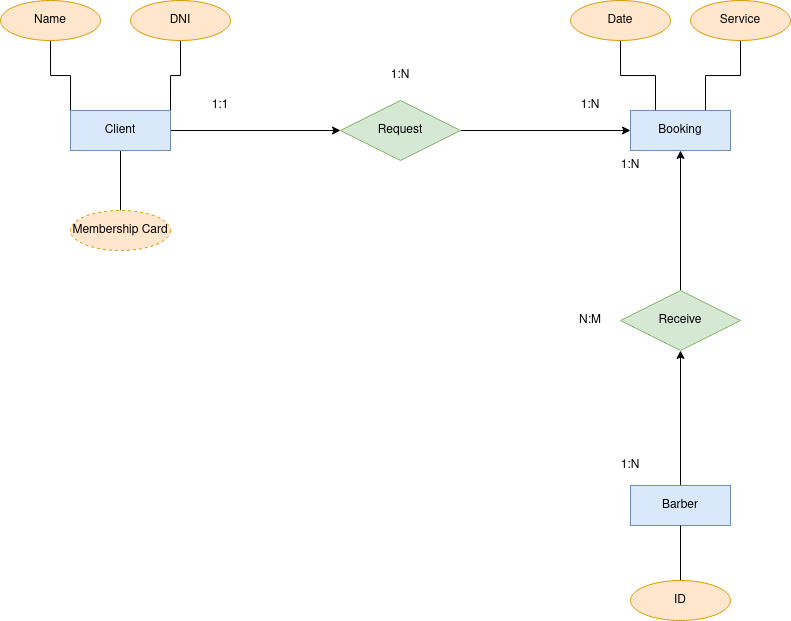
This is doc/Entidad relacion/EN-Model_entity_relation.drawio.png from colidom/proyecto-ets, a draw.io export, as it was before one commit. Source tidied: cells renumbered, new cells last; positions are measured from the earlier drawing's top-left corner, leaving out a move shared by most shapes.
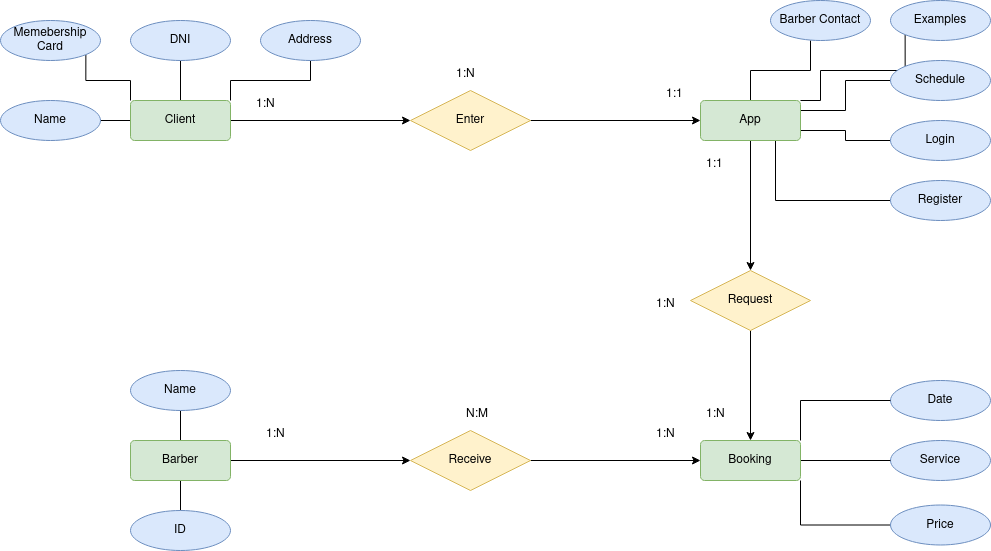
Above is the later version.

Diff of the diagram source:
```diff
@@ -2,86 +2,161 @@
   <root>
     <mxCell id="0" />
     <mxCell id="1" parent="0" />
-    <mxCell id="2" style="edgeStyle=orthogonalEdgeStyle;rounded=0;jettySize=auto;html=1;exitX=1;exitY=0.5;exitDx=0;exitDy=0;entryX=0;entryY=0.5;entryDx=0;entryDy=0;" parent="1" edge="1" source="6" target="8">
-      <mxGeometry relative="1" as="geometry" />
-    </mxCell>
-    <mxCell id="3" style="edgeStyle=orthogonalEdgeStyle;rounded=0;jettySize=auto;html=1;exitX=0;exitY=0;exitDx=0;exitDy=0;entryX=0.5;entryY=1;entryDx=0;entryDy=0;endArrow=none;endFill=0;" parent="1" edge="1" source="6" target="20">
-      <mxGeometry relative="1" as="geometry" />
-    </mxCell>
+    <mxCell id="29" style="edgeStyle=orthogonalEdgeStyle;rounded=0;jettySize=auto;html=1;exitX=0;exitY=0.5;exitDx=0;exitDy=0;entryX=1;entryY=0.5;entryDx=0;entryDy=0;endArrow=none;endFill=0;" parent="1" edge="1" source="6" target="46">
+      <mxGeometry relative="1" as="geometry" />
+    </mxCell>
-    <mxCell id="4" style="edgeStyle=orthogonalEdgeStyle;rounded=0;jettySize=auto;html=1;exitX=1;exitY=0;exitDx=0;exitDy=0;entryX=0.5;entryY=1;entryDx=0;entryDy=0;endArrow=none;endFill=0;" parent="1" edge="1" source="6" target="21">
+    <mxCell id="4" style="edgeStyle=orthogonalEdgeStyle;rounded=0;jettySize=auto;html=1;exitX=0.5;exitY=0;exitDx=0;exitDy=0;entryX=0.5;entryY=1;entryDx=0;entryDy=0;endArrow=none;endFill=0;" parent="1" edge="1" source="6" target="21">
       <mxGeometry relative="1" as="geometry" />
     </mxCell>
-    <mxCell id="5" style="edgeStyle=orthogonalEdgeStyle;rounded=0;jettySize=auto;html=1;exitX=0.5;exitY=1;exitDx=0;exitDy=0;entryX=0.5;entryY=0;entryDx=0;entryDy=0;endArrow=none;endFill=0;" parent="1" edge="1" source="6" target="22">
-      <mxGeometry relative="1" as="geometry" />
-    </mxCell>
+    <mxCell id="30" style="edgeStyle=orthogonalEdgeStyle;rounded=0;jettySize=auto;html=1;exitX=1;exitY=0;exitDx=0;exitDy=0;entryX=0.5;entryY=1;entryDx=0;entryDy=0;endArrow=none;endFill=0;" parent="1" edge="1" source="6" target="47">
+      <mxGeometry relative="1" as="geometry" />
+    </mxCell>
+    <mxCell id="31" style="edgeStyle=orthogonalEdgeStyle;rounded=0;jettySize=auto;html=1;exitX=0;exitY=0;exitDx=0;exitDy=0;entryX=1;entryY=1;entryDx=0;entryDy=0;endArrow=none;endFill=0;" parent="1" edge="1" source="6" target="48">
+      <mxGeometry relative="1" as="geometry" />
+    </mxCell>
+    <mxCell id="32" style="edgeStyle=orthogonalEdgeStyle;rounded=0;jettySize=auto;html=1;exitX=1;exitY=0.5;exitDx=0;exitDy=0;entryX=0;entryY=0.5;entryDx=0;entryDy=0;" parent="1" edge="1" source="6" target="34">
+      <mxGeometry relative="1" as="geometry" />
+    </mxCell>
-    <mxCell id="6" value="Client" style="whiteSpace=wrap;html=1;align=center;fillColor=#dae8fc;strokeColor=#6c8ebf;" parent="1" vertex="1">
-      <mxGeometry x="70" y="110" width="100" height="40" as="geometry" />
+    <mxCell id="6" value="Client" style="rounded=1;arcSize=10;whiteSpace=wrap;html=1;align=center;fillColor=#d5e8d4;strokeColor=#82b366;" parent="1" vertex="1">
+      <mxGeometry x="50" y="50" width="100" height="40" as="geometry" />
     </mxCell>
+    <mxCell id="33" style="edgeStyle=orthogonalEdgeStyle;rounded=0;jettySize=auto;html=1;exitX=1;exitY=0.5;exitDx=0;exitDy=0;entryX=0;entryY=0.5;entryDx=0;entryDy=0;" parent="1" edge="1" source="34" target="41">
+      <mxGeometry relative="1" as="geometry" />
+    </mxCell>
+    <mxCell id="34" value="Enter" style="shape=rhombus;perimeter=rhombusPerimeter;whiteSpace=wrap;html=1;align=center;fillColor=#fff2cc;strokeColor=#d6b656;" parent="1" vertex="1">
+      <mxGeometry x="330" y="40" width="120" height="60" as="geometry" />
+    </mxCell>
+    <mxCell id="19" value="Date" style="ellipse;whiteSpace=wrap;html=1;align=center;fillColor=#dae8fc;strokeColor=#6c8ebf;" parent="1" vertex="1">
+      <mxGeometry x="810" y="330" width="100" height="40" as="geometry" />
+    </mxCell>
+    <mxCell id="35" style="edgeStyle=orthogonalEdgeStyle;rounded=0;jettySize=auto;html=1;exitX=0.5;exitY=0;exitDx=0;exitDy=0;entryX=0.4;entryY=1;entryDx=0;entryDy=0;entryPerimeter=0;endArrow=none;endFill=0;" parent="1" edge="1" source="41" target="49">
+      <mxGeometry relative="1" as="geometry" />
+    </mxCell>
+    <mxCell id="36" style="edgeStyle=orthogonalEdgeStyle;rounded=0;jettySize=auto;html=1;exitX=1;exitY=0.25;exitDx=0;exitDy=0;entryX=0;entryY=0.5;entryDx=0;entryDy=0;endArrow=none;endFill=0;" parent="1" edge="1" source="41" target="43">
+      <mxGeometry relative="1" as="geometry" />
+    </mxCell>
+    <mxCell id="37" style="edgeStyle=orthogonalEdgeStyle;rounded=0;jettySize=auto;html=1;exitX=1;exitY=0;exitDx=0;exitDy=0;entryX=0;entryY=1;entryDx=0;entryDy=0;endArrow=none;endFill=0;" parent="1" edge="1" source="41" target="42">
+      <mxGeometry relative="1" as="geometry">
+        <Array as="points">
+          <mxPoint x="740" y="50" />
+          <mxPoint x="740" y="20" />
+          <mxPoint x="825" y="20" />
+        </Array>
+      </mxGeometry>
+    </mxCell>
+    <mxCell id="38" style="edgeStyle=orthogonalEdgeStyle;rounded=0;jettySize=auto;html=1;exitX=1;exitY=0.75;exitDx=0;exitDy=0;entryX=0;entryY=0.5;entryDx=0;entryDy=0;endArrow=none;endFill=0;" parent="1" edge="1" source="41" target="44">
+      <mxGeometry relative="1" as="geometry" />
+    </mxCell>
+    <mxCell id="39" style="edgeStyle=orthogonalEdgeStyle;rounded=0;jettySize=auto;html=1;exitX=0.75;exitY=1;exitDx=0;exitDy=0;entryX=0;entryY=0.5;entryDx=0;entryDy=0;endArrow=none;endFill=0;" parent="1" edge="1" source="41" target="45">
+      <mxGeometry relative="1" as="geometry" />
+    </mxCell>
+    <mxCell id="40" style="edgeStyle=orthogonalEdgeStyle;rounded=0;jettySize=auto;html=1;exitX=0.5;exitY=1;exitDx=0;exitDy=0;entryX=0.5;entryY=0;entryDx=0;entryDy=0;" parent="1" edge="1" source="41" target="8">
+      <mxGeometry relative="1" as="geometry" />
+    </mxCell>
+    <mxCell id="41" value="App" style="rounded=1;arcSize=10;whiteSpace=wrap;html=1;align=center;fillColor=#d5e8d4;strokeColor=#82b366;" parent="1" vertex="1">
+      <mxGeometry x="620" y="50" width="100" height="40" as="geometry" />
+    </mxCell>
+    <mxCell id="42" value="Examples" style="ellipse;whiteSpace=wrap;html=1;align=center;fillColor=#dae8fc;strokeColor=#6c8ebf;" parent="1" vertex="1">
+      <mxGeometry x="810" y="-50" width="100" height="40" as="geometry" />
+    </mxCell>
+    <mxCell id="43" value="Schedule" style="ellipse;whiteSpace=wrap;html=1;align=center;fillColor=#dae8fc;strokeColor=#6c8ebf;" parent="1" vertex="1">
+      <mxGeometry x="810" y="10" width="100" height="40" as="geometry" />
+    </mxCell>
+    <mxCell id="44" value="Login" style="ellipse;whiteSpace=wrap;html=1;align=center;fillColor=#dae8fc;strokeColor=#6c8ebf;" parent="1" vertex="1">
+      <mxGeometry x="810" y="70" width="100" height="40" as="geometry" />
+    </mxCell>
+    <mxCell id="45" value="Register" style="ellipse;whiteSpace=wrap;html=1;align=center;fillColor=#dae8fc;strokeColor=#6c8ebf;" parent="1" vertex="1">
+      <mxGeometry x="810" y="130" width="100" height="40" as="geometry" />
+    </mxCell>
+    <mxCell id="46" value="Name" style="ellipse;whiteSpace=wrap;html=1;align=center;fillColor=#dae8fc;strokeColor=#6c8ebf;" parent="1" vertex="1">
+      <mxGeometry x="-80" y="50" width="100" height="40" as="geometry" />
+    </mxCell>
+    <mxCell id="47" value="Address" style="ellipse;whiteSpace=wrap;html=1;align=center;fillColor=#dae8fc;strokeColor=#6c8ebf;" parent="1" vertex="1">
+      <mxGeometry x="180" y="-30" width="100" height="40" as="geometry" />
+    </mxCell>
+    <mxCell id="48" value="Memebership Card" style="ellipse;whiteSpace=wrap;html=1;align=center;fillColor=#dae8fc;strokeColor=#6c8ebf;" parent="1" vertex="1">
+      <mxGeometry x="-80" y="-30" width="100" height="40" as="geometry" />
+    </mxCell>
+    <mxCell id="21" value="DNI" style="ellipse;whiteSpace=wrap;html=1;align=center;fillColor=#dae8fc;strokeColor=#6c8ebf;" parent="1" vertex="1">
+      <mxGeometry x="50" y="-30" width="100" height="40" as="geometry" />
+    </mxCell>
+    <mxCell id="49" value="Barber Contact" style="ellipse;whiteSpace=wrap;html=1;align=center;fillColor=#dae8fc;strokeColor=#6c8ebf;" parent="1" vertex="1">
+      <mxGeometry x="690" y="-50" width="100" height="40" as="geometry" />
+    </mxCell>
+    <mxCell id="18" value="Service" style="ellipse;whiteSpace=wrap;html=1;align=center;fillColor=#dae8fc;strokeColor=#6c8ebf;" parent="1" vertex="1">
+      <mxGeometry x="810" y="390" width="100" height="40" as="geometry" />
+    </mxCell>
-    <mxCell id="7" style="edgeStyle=orthogonalEdgeStyle;rounded=0;jettySize=auto;html=1;exitX=1;exitY=0.5;exitDx=0;exitDy=0;entryX=0;entryY=0.5;entryDx=0;entryDy=0;" parent="1" edge="1" source="8" target="11">
+    <mxCell id="7" style="edgeStyle=orthogonalEdgeStyle;rounded=0;jettySize=auto;html=1;exitX=0.5;exitY=1;exitDx=0;exitDy=0;entryX=0.5;entryY=0;entryDx=0;entryDy=0;" parent="1" edge="1" source="8" target="11">
       <mxGeometry relative="1" as="geometry" />
     </mxCell>
-    <mxCell id="8" value="Request" style="shape=rhombus;perimeter=rhombusPerimeter;whiteSpace=wrap;html=1;align=center;fillColor=#d5e8d4;strokeColor=#82b366;" parent="1" vertex="1">
-      <mxGeometry x="340" y="100" width="120" height="60" as="geometry" />
+    <mxCell id="8" value="Request" style="shape=rhombus;perimeter=rhombusPerimeter;whiteSpace=wrap;html=1;align=center;fillColor=#fff2cc;strokeColor=#d6b656;" parent="1" vertex="1">
+      <mxGeometry x="610" y="220" width="120" height="60" as="geometry" />
     </mxCell>
-    <mxCell id="9" style="edgeStyle=orthogonalEdgeStyle;rounded=0;jettySize=auto;html=1;exitX=0.25;exitY=0;exitDx=0;exitDy=0;entryX=0.5;entryY=1;entryDx=0;entryDy=0;endArrow=none;endFill=0;" parent="1" edge="1" source="11" target="19">
+    <mxCell id="9" style="edgeStyle=orthogonalEdgeStyle;rounded=0;jettySize=auto;html=1;exitX=1;exitY=0;exitDx=0;exitDy=0;entryX=0;entryY=0.5;entryDx=0;entryDy=0;endArrow=none;endFill=0;" parent="1" edge="1" source="11" target="19">
       <mxGeometry relative="1" as="geometry" />
     </mxCell>
-    <mxCell id="10" style="edgeStyle=orthogonalEdgeStyle;rounded=0;jettySize=auto;html=1;exitX=0.75;exitY=0;exitDx=0;exitDy=0;entryX=0.5;entryY=1;entryDx=0;entryDy=0;endArrow=none;endFill=0;" parent="1" edge="1" source="11" target="18">
+    <mxCell id="10" style="edgeStyle=orthogonalEdgeStyle;rounded=0;jettySize=auto;html=1;exitX=1;exitY=0.5;exitDx=0;exitDy=0;entryX=0;entryY=0.5;entryDx=0;entryDy=0;endArrow=none;endFill=0;" parent="1" edge="1" source="11" target="18">
       <mxGeometry relative="1" as="geometry" />
     </mxCell>
+    <mxCell id="50" style="edgeStyle=orthogonalEdgeStyle;rounded=0;jettySize=auto;html=1;exitX=1;exitY=1;exitDx=0;exitDy=0;entryX=0;entryY=0.5;entryDx=0;entryDy=0;endArrow=none;endFill=0;" parent="1" edge="1" source="11" target="51">
+      <mxGeometry relative="1" as="geometry" />
+    </mxCell>
-    <mxCell id="11" value="Booking" style="whiteSpace=wrap;html=1;align=center;fillColor=#dae8fc;strokeColor=#6c8ebf;" parent="1" vertex="1">
-      <mxGeometry x="630" y="110" width="100" height="40" as="geometry" />
+    <mxCell id="11" value="Booking" style="rounded=1;arcSize=10;whiteSpace=wrap;html=1;align=center;fillColor=#d5e8d4;strokeColor=#82b366;" parent="1" vertex="1">
+      <mxGeometry x="620" y="390" width="100" height="40" as="geometry" />
     </mxCell>
+    <mxCell id="51" value="Price" style="ellipse;whiteSpace=wrap;html=1;align=center;fillColor=#dae8fc;strokeColor=#6c8ebf;" parent="1" vertex="1">
+      <mxGeometry x="810" y="454.5" width="100" height="40" as="geometry" />
+    </mxCell>
-    <mxCell id="12" style="edgeStyle=orthogonalEdgeStyle;rounded=0;jettySize=auto;html=1;exitX=0.5;exitY=0;exitDx=0;exitDy=0;entryX=0.5;entryY=1;entryDx=0;entryDy=0;" parent="1" edge="1" source="13" target="11">
+    <mxCell id="12" style="edgeStyle=orthogonalEdgeStyle;rounded=0;jettySize=auto;html=1;exitX=1;exitY=0.5;exitDx=0;exitDy=0;entryX=0;entryY=0.5;entryDx=0;entryDy=0;" parent="1" edge="1" source="13" target="11">
       <mxGeometry relative="1" as="geometry" />
     </mxCell>
-    <mxCell id="13" value="Receive" style="shape=rhombus;perimeter=rhombusPerimeter;whiteSpace=wrap;html=1;align=center;fillColor=#d5e8d4;strokeColor=#82b366;" parent="1" vertex="1">
-      <mxGeometry x="620" y="290" width="120" height="60" as="geometry" />
+    <mxCell id="13" value="Receive" style="shape=rhombus;perimeter=rhombusPerimeter;whiteSpace=wrap;html=1;align=center;fillColor=#fff2cc;strokeColor=#d6b656;" parent="1" vertex="1">
+      <mxGeometry x="330" y="380" width="120" height="60" as="geometry" />
     </mxCell>
+    <mxCell id="52" style="edgeStyle=orthogonalEdgeStyle;rounded=0;jettySize=auto;html=1;exitX=0.5;exitY=0;exitDx=0;exitDy=0;entryX=0.5;entryY=1;entryDx=0;entryDy=0;endArrow=none;endFill=0;" parent="1" edge="1" source="15" target="54">
+      <mxGeometry relative="1" as="geometry" />
+    </mxCell>
+    <mxCell id="53" style="edgeStyle=orthogonalEdgeStyle;rounded=0;jettySize=auto;html=1;exitX=0.5;exitY=1;exitDx=0;exitDy=0;entryX=0.5;entryY=0;entryDx=0;entryDy=0;endArrow=none;endFill=0;" parent="1" edge="1" source="15" target="17">
+      <mxGeometry relative="1" as="geometry" />
+    </mxCell>
-    <mxCell id="14" style="edgeStyle=orthogonalEdgeStyle;rounded=0;jettySize=auto;html=1;exitX=0.5;exitY=0;exitDx=0;exitDy=0;entryX=0.5;entryY=1;entryDx=0;entryDy=0;" parent="1" edge="1" source="15" target="13">
+    <mxCell id="14" style="edgeStyle=orthogonalEdgeStyle;rounded=0;jettySize=auto;html=1;exitX=1;exitY=0.5;exitDx=0;exitDy=0;entryX=0;entryY=0.5;entryDx=0;entryDy=0;" parent="1" edge="1" source="15" target="13">
       <mxGeometry relative="1" as="geometry" />
     </mxCell>
-    <mxCell id="15" value="Barber" style="whiteSpace=wrap;html=1;align=center;fillColor=#dae8fc;strokeColor=#6c8ebf;" parent="1" vertex="1">
-      <mxGeometry x="630" y="485" width="100" height="40" as="geometry" />
+    <mxCell id="15" value="Barber" style="rounded=1;arcSize=10;whiteSpace=wrap;html=1;align=center;fillColor=#d5e8d4;strokeColor=#82b366;" parent="1" vertex="1">
+      <mxGeometry x="50" y="390" width="100" height="40" as="geometry" />
     </mxCell>
-    <mxCell id="16" style="edgeStyle=orthogonalEdgeStyle;rounded=0;jettySize=auto;html=1;exitX=0.5;exitY=0;exitDx=0;exitDy=0;entryX=0.5;entryY=1;entryDx=0;entryDy=0;endArrow=none;endFill=0;" parent="1" edge="1" source="17" target="15">
-      <mxGeometry relative="1" as="geometry" />
-    </mxCell>
-    <mxCell id="17" value="ID" style="ellipse;whiteSpace=wrap;html=1;align=center;fillColor=#ffe6cc;strokeColor=#d79b00;" parent="1" vertex="1">
-      <mxGeometry x="630" y="580" width="100" height="40" as="geometry" />
+    <mxCell id="17" value="ID" style="ellipse;whiteSpace=wrap;html=1;align=center;fillColor=#dae8fc;strokeColor=#6c8ebf;" parent="1" vertex="1">
+      <mxGeometry x="50" y="460" width="100" height="40" as="geometry" />
     </mxCell>
-    <mxCell id="18" value="Service" style="ellipse;whiteSpace=wrap;html=1;align=center;fillColor=#ffe6cc;strokeColor=#d79b00;" parent="1" vertex="1">
-      <mxGeometry x="690" width="100" height="40" as="geometry" />
-    </mxCell>
-    <mxCell id="19" value="Date" style="ellipse;whiteSpace=wrap;html=1;align=center;fillColor=#ffe6cc;strokeColor=#d79b00;" parent="1" vertex="1">
-      <mxGeometry x="570" width="100" height="40" as="geometry" />
-    </mxCell>
-    <mxCell id="20" value="Name" style="ellipse;whiteSpace=wrap;html=1;align=center;fillColor=#ffe6cc;strokeColor=#d79b00;" parent="1" vertex="1">
-      <mxGeometry width="100" height="40" as="geometry" />
-    </mxCell>
-    <mxCell id="21" value="DNI" style="ellipse;whiteSpace=wrap;html=1;align=center;fillColor=#ffe6cc;strokeColor=#d79b00;" parent="1" vertex="1">
-      <mxGeometry x="130" width="100" height="40" as="geometry" />
-    </mxCell>
-    <mxCell id="22" value="Membership Card" style="ellipse;whiteSpace=wrap;html=1;align=center;dashed=1;fillColor=#ffe6cc;strokeColor=#d79b00;" parent="1" vertex="1">
-      <mxGeometry x="70" y="210" width="100" height="40" as="geometry" />
-    </mxCell>
-    <mxCell id="23" value="1:N" style="text;html=1;strokeColor=none;fillColor=none;align=center;verticalAlign=middle;whiteSpace=wrap;rounded=0;" parent="1" vertex="1">
-      <mxGeometry x="560" y="90" width="60" height="30" as="geometry" />
-    </mxCell>
-    <mxCell id="24" value="1:N" style="text;html=1;strokeColor=none;fillColor=none;align=center;verticalAlign=middle;whiteSpace=wrap;rounded=0;" parent="1" vertex="1">
-      <mxGeometry x="370" y="60" width="60" height="30" as="geometry" />
-    </mxCell>
-    <mxCell id="25" value="1:N" style="text;html=1;strokeColor=none;fillColor=none;align=center;verticalAlign=middle;whiteSpace=wrap;rounded=0;" parent="1" vertex="1">
-      <mxGeometry x="600" y="150" width="60" height="30" as="geometry" />
-    </mxCell>
-    <mxCell id="26" value="1:1" style="text;html=1;strokeColor=none;fillColor=none;align=center;verticalAlign=middle;whiteSpace=wrap;rounded=0;" parent="1" vertex="1">
-      <mxGeometry x="190" y="90" width="60" height="30" as="geometry" />
-    </mxCell>
-    <mxCell id="27" value="1:N" style="text;html=1;strokeColor=none;fillColor=none;align=center;verticalAlign=middle;whiteSpace=wrap;rounded=0;" parent="1" vertex="1">
-      <mxGeometry x="600" y="450" width="60" height="30" as="geometry" />
-    </mxCell>
+    <mxCell id="54" value="Name" style="ellipse;whiteSpace=wrap;html=1;align=center;fillColor=#dae8fc;strokeColor=#6c8ebf;" parent="1" vertex="1">
+      <mxGeometry x="50" y="320" width="100" height="40" as="geometry" />
+    </mxCell>
+    <mxCell id="55" value="1:1" style="text;strokeColor=none;fillColor=none;spacingLeft=4;spacingRight=4;overflow=hidden;fontSize=12;whiteSpace=wrap;html=1;" parent="1" vertex="1">
+      <mxGeometry x="580" y="30" width="40" height="30" as="geometry" />
+    </mxCell>
+    <mxCell id="56" value="1:N" style="text;strokeColor=none;fillColor=none;spacingLeft=4;spacingRight=4;overflow=hidden;fontSize=12;whiteSpace=wrap;html=1;" parent="1" vertex="1">
+      <mxGeometry x="170" y="40" width="40" height="30" as="geometry" />
+    </mxCell>
+    <mxCell id="57" value="1:N" style="text;strokeColor=none;fillColor=none;spacingLeft=4;spacingRight=4;overflow=hidden;fontSize=12;whiteSpace=wrap;html=1;" parent="1" vertex="1">
+      <mxGeometry x="370" y="10" width="40" height="30" as="geometry" />
+    </mxCell>
+    <mxCell id="58" value="1:N" style="text;strokeColor=none;fillColor=none;spacingLeft=4;spacingRight=4;overflow=hidden;fontSize=12;whiteSpace=wrap;html=1;" parent="1" vertex="1">
+      <mxGeometry x="180" y="370" width="40" height="30" as="geometry" />
+    </mxCell>
+    <mxCell id="59" value="1:N" style="text;strokeColor=none;fillColor=none;spacingLeft=4;spacingRight=4;overflow=hidden;fontSize=12;whiteSpace=wrap;html=1;" parent="1" vertex="1">
+      <mxGeometry x="570" y="370" width="40" height="30" as="geometry" />
+    </mxCell>
-    <mxCell id="28" value="N:M" style="text;html=1;strokeColor=none;fillColor=none;align=center;verticalAlign=middle;whiteSpace=wrap;rounded=0;" parent="1" vertex="1">
-      <mxGeometry x="560" y="305" width="60" height="30" as="geometry" />
+    <mxCell id="28" value="N:M" style="text;strokeColor=none;fillColor=none;spacingLeft=4;spacingRight=4;overflow=hidden;fontSize=12;whiteSpace=wrap;html=1;" parent="1" vertex="1">
+      <mxGeometry x="380" y="350" width="40" height="30" as="geometry" />
     </mxCell>
+    <mxCell id="60" value="1:N" style="text;strokeColor=none;fillColor=none;spacingLeft=4;spacingRight=4;overflow=hidden;fontSize=12;whiteSpace=wrap;html=1;" parent="1" vertex="1">
+      <mxGeometry x="620" y="350" width="40" height="30" as="geometry" />
+    </mxCell>
+    <mxCell id="61" value="1:1" style="text;strokeColor=none;fillColor=none;spacingLeft=4;spacingRight=4;overflow=hidden;fontSize=12;whiteSpace=wrap;html=1;" parent="1" vertex="1">
+      <mxGeometry x="620" y="100" width="40" height="30" as="geometry" />
+    </mxCell>
+    <mxCell id="62" value="1:N" style="text;strokeColor=none;fillColor=none;spacingLeft=4;spacingRight=4;overflow=hidden;fontSize=12;whiteSpace=wrap;html=1;" parent="1" vertex="1">
+      <mxGeometry x="570" y="240" width="40" height="30" as="geometry" />
+    </mxCell>
   </root>
 </mxGraphModel>
```
